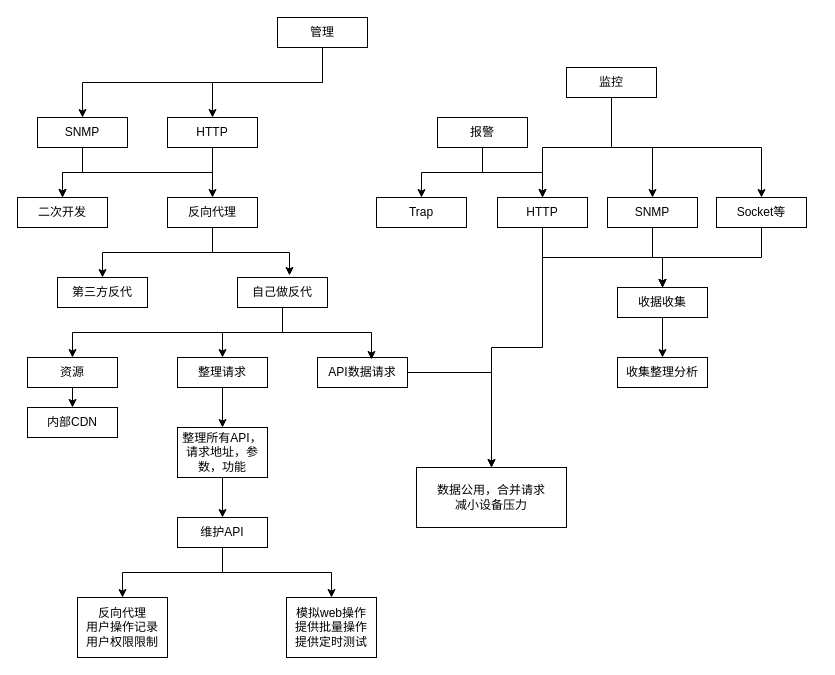
pxwang85/umbogo-wiki keeps this draw.io diagram as image/draw.io/develop.drawio. Above is the earlier version. Source tidied: cells renumbered, new cells numbered last; positions are measured from the earlier drawing's top-left corner, leaving out a move shared by most shapes. Both pictures are drawn from the tidied source at 100%, with x=0, y=0 at pixel (17, 17).
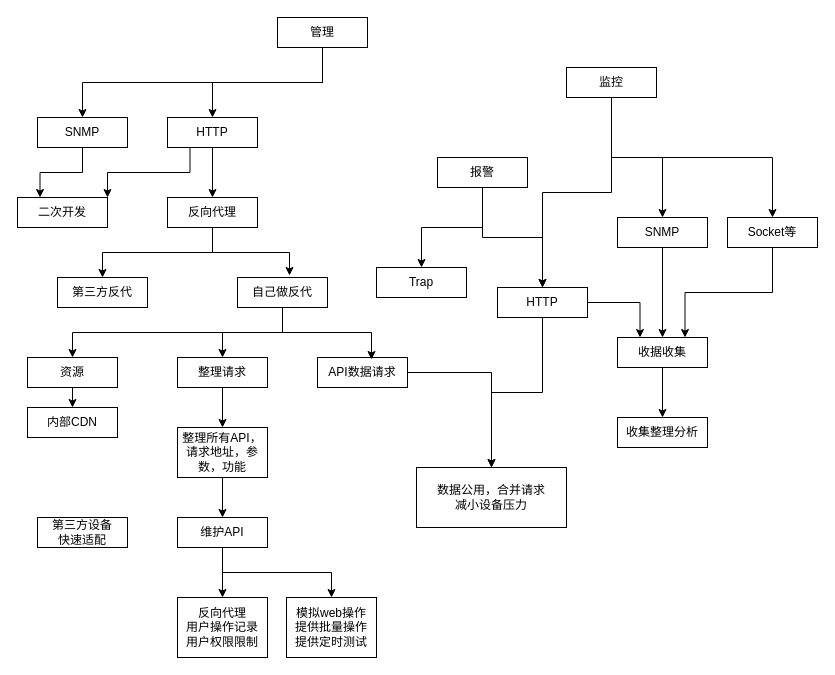
The same diagram, later.

Unchanged cells that the change refers to:
```xml
<mxCell id="10" value="SNMP" style="rounded=0;whiteSpace=wrap;html=1;" parent="1" vertex="1">
  <mxGeometry x="20" y="100" width="90" height="30" as="geometry" />
</mxCell>
<mxCell id="13" value="HTTP" style="rounded=0;whiteSpace=wrap;html=1;" parent="1" vertex="1">
  <mxGeometry x="150" y="100" width="90" height="30" as="geometry" />
</mxCell>
<mxCell id="19" value="二次开发" style="rounded=0;whiteSpace=wrap;html=1;" parent="1" vertex="1">
  <mxGeometry y="180" width="90" height="30" as="geometry" />
</mxCell>
<mxCell id="21" value="反向代理" style="rounded=0;whiteSpace=wrap;html=1;" parent="1" vertex="1">
  <mxGeometry x="150" y="180" width="90" height="30" as="geometry" />
</mxCell>
```

What changed in the source:
```diff
@@
-    <mxCell id="9" style="edgeStyle=orthogonalEdgeStyle;rounded=0;jettySize=auto;html=1;exitX=0.5;exitY=1;exitDx=0;exitDy=0;entryX=0.5;entryY=0;entryDx=0;entryDy=0;" parent="1" edge="1" source="10" target="19">
+    <mxCell id="9" style="edgeStyle=orthogonalEdgeStyle;rounded=0;jettySize=auto;html=1;exitX=0.5;exitY=1;exitDx=0;exitDy=0;entryX=0.25;entryY=0;entryDx=0;entryDy=0;" parent="1" edge="1" source="10" target="19">
       <mxGeometry relative="1" as="geometry" />
     </mxCell>
@@
+    <mxCell id="12" style="edgeStyle=orthogonalEdgeStyle;rounded=0;jettySize=auto;html=1;exitX=0.5;exitY=1;exitDx=0;exitDy=0;entryX=0.5;entryY=0;entryDx=0;entryDy=0;" parent="1" edge="1" source="13" target="21">
+      <mxGeometry relative="1" as="geometry" />
+    </mxCell>
-    <mxCell id="11" style="edgeStyle=orthogonalEdgeStyle;rounded=0;jettySize=auto;html=1;exitX=0.5;exitY=1;exitDx=0;exitDy=0;entryX=0.5;entryY=0;entryDx=0;entryDy=0;" parent="1" edge="1" source="13" target="19">
+    <mxCell id="11" style="edgeStyle=orthogonalEdgeStyle;rounded=0;jettySize=auto;html=1;exitX=0.25;exitY=1;exitDx=0;exitDy=0;entryX=1;entryY=0;entryDx=0;entryDy=0;" parent="1" edge="1" source="13" target="19">
       <mxGeometry relative="1" as="geometry" />
     </mxCell>
-    <mxCell id="12" style="edgeStyle=orthogonalEdgeStyle;rounded=0;jettySize=auto;html=1;exitX=0.5;exitY=1;exitDx=0;exitDy=0;entryX=0.5;entryY=0;entryDx=0;entryDy=0;" parent="1" edge="1" source="13" target="21">
-      <mxGeometry relative="1" as="geometry" />
-    </mxCell>
@@
     <mxCell id="15" value="SNMP" style="rounded=0;whiteSpace=wrap;html=1;" parent="1" vertex="1">
-      <mxGeometry x="590" y="180" width="90" height="30" as="geometry" />
+      <mxGeometry x="600" y="200" width="90" height="30" as="geometry" />
     </mxCell>
@@
-    <mxCell id="17" style="edgeStyle=orthogonalEdgeStyle;rounded=0;jettySize=auto;html=1;exitX=0.5;exitY=1;exitDx=0;exitDy=0;entryX=0.5;entryY=0;entryDx=0;entryDy=0;" parent="1" edge="1" source="18" target="37">
+    <mxCell id="17" style="edgeStyle=orthogonalEdgeStyle;rounded=0;jettySize=auto;html=1;exitX=1;exitY=0.5;exitDx=0;exitDy=0;entryX=0.25;entryY=0;entryDx=0;entryDy=0;" parent="1" edge="1" source="18" target="37">
       <mxGeometry relative="1" as="geometry" />
     </mxCell>
     <mxCell id="18" value="HTTP" style="rounded=0;whiteSpace=wrap;html=1;" parent="1" vertex="1">
-      <mxGeometry x="480" y="180" width="90" height="30" as="geometry" />
+      <mxGeometry x="480" y="270" width="90" height="30" as="geometry" />
     </mxCell>
@@
-    <mxCell id="22" style="edgeStyle=orthogonalEdgeStyle;rounded=0;jettySize=auto;html=1;exitX=0.5;exitY=1;exitDx=0;exitDy=0;entryX=0.5;entryY=0;entryDx=0;entryDy=0;" parent="1" edge="1" source="23" target="37">
+    <mxCell id="22" style="edgeStyle=orthogonalEdgeStyle;rounded=0;jettySize=auto;html=1;exitX=0.5;exitY=1;exitDx=0;exitDy=0;entryX=0.75;entryY=0;entryDx=0;entryDy=0;" parent="1" edge="1" source="23" target="37">
       <mxGeometry relative="1" as="geometry" />
     </mxCell>
     <mxCell id="23" value="Socket等" style="rounded=0;whiteSpace=wrap;html=1;" parent="1" vertex="1">
-      <mxGeometry x="699" y="180" width="90" height="30" as="geometry" />
+      <mxGeometry x="710" y="200" width="90" height="30" as="geometry" />
     </mxCell>
@@
     <mxCell id="26" value="报警" style="rounded=0;whiteSpace=wrap;html=1;" parent="1" vertex="1">
-      <mxGeometry x="420" y="100" width="90" height="30" as="geometry" />
+      <mxGeometry x="420" y="140" width="90" height="30" as="geometry" />
     </mxCell>
     <mxCell id="27" value="Trap" style="rounded=0;whiteSpace=wrap;html=1;" parent="1" vertex="1">
-      <mxGeometry x="359" y="180" width="90" height="30" as="geometry" />
+      <mxGeometry x="359" y="250" width="90" height="30" as="geometry" />
     </mxCell>
@@
     <mxCell id="37" value="收据收集" style="rounded=0;whiteSpace=wrap;html=1;" parent="1" vertex="1">
-      <mxGeometry x="600" y="270" width="90" height="30" as="geometry" />
+      <mxGeometry x="600" y="320" width="90" height="30" as="geometry" />
     </mxCell>
     <mxCell id="38" value="收集整理分析" style="rounded=0;whiteSpace=wrap;html=1;" parent="1" vertex="1">
-      <mxGeometry x="600" y="340" width="90" height="30" as="geometry" />
+      <mxGeometry x="600" y="400" width="90" height="30" as="geometry" />
     </mxCell>
@@
     <mxCell id="50" value="反向代理&lt;div&gt;用户操作记录&lt;div&gt;用户权限限制&lt;/div&gt;&lt;/div&gt;" style="rounded=0;whiteSpace=wrap;html=1;" parent="1" vertex="1">
-      <mxGeometry x="60" y="580" width="90" height="60" as="geometry" />
+      <mxGeometry x="160" y="580" width="90" height="60" as="geometry" />
     </mxCell>
@@
+    <mxCell id="52" value="第三方设备&lt;div&gt;快速适配&lt;/div&gt;" style="rounded=0;whiteSpace=wrap;html=1;" parent="1" vertex="1">
+      <mxGeometry x="20" y="500" width="90" height="30" as="geometry" />
+    </mxCell>
```
